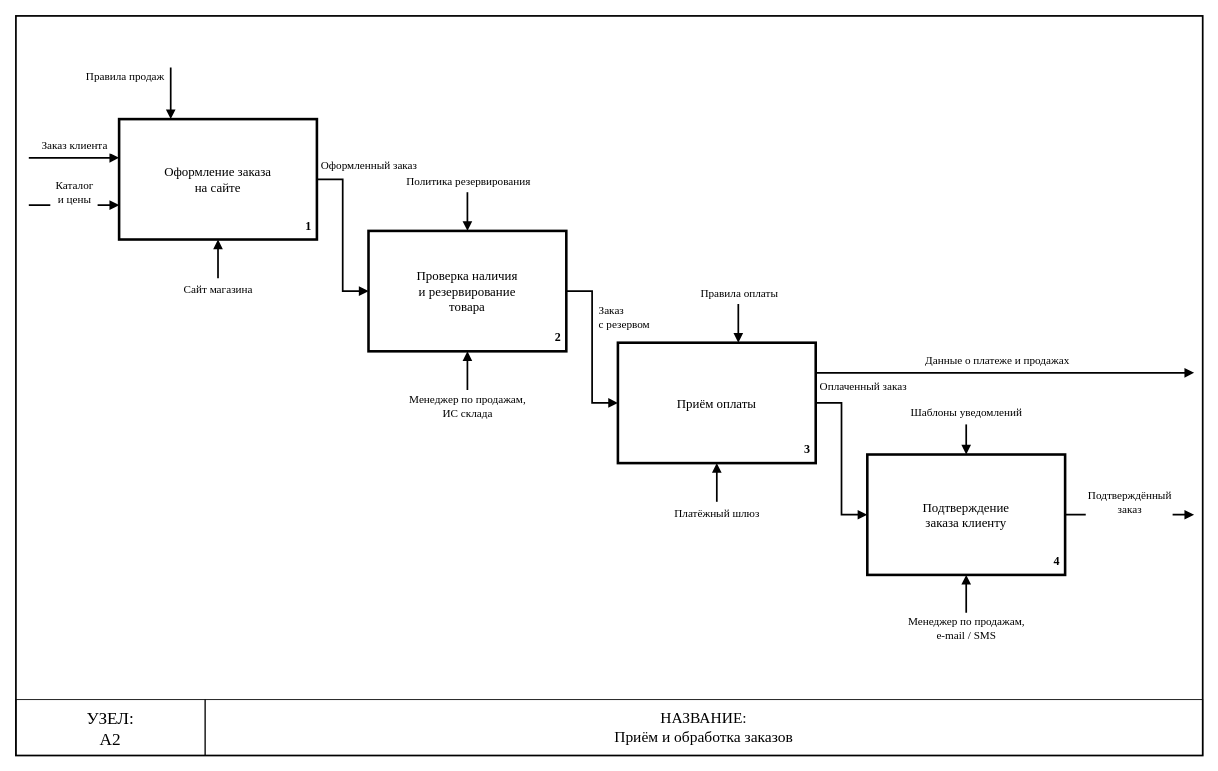
Earlier version of the draw.io diagram page "A2 Ввод и проверка кода" (3 of 5) of docs/mbp-lr1/ВСЕ_ДИАГРАММЫ.drawio (KsushaKhadzhinova/DSLKit-Project). Source tidied: cells renumbered, new cells numbered last; positions are measured from the earlier drawing's top-left corner, leaving out a move shared by most shapes. Both pictures are drawn from the tidied source at 86%, with x=0, y=0 at pixel (15, 15).
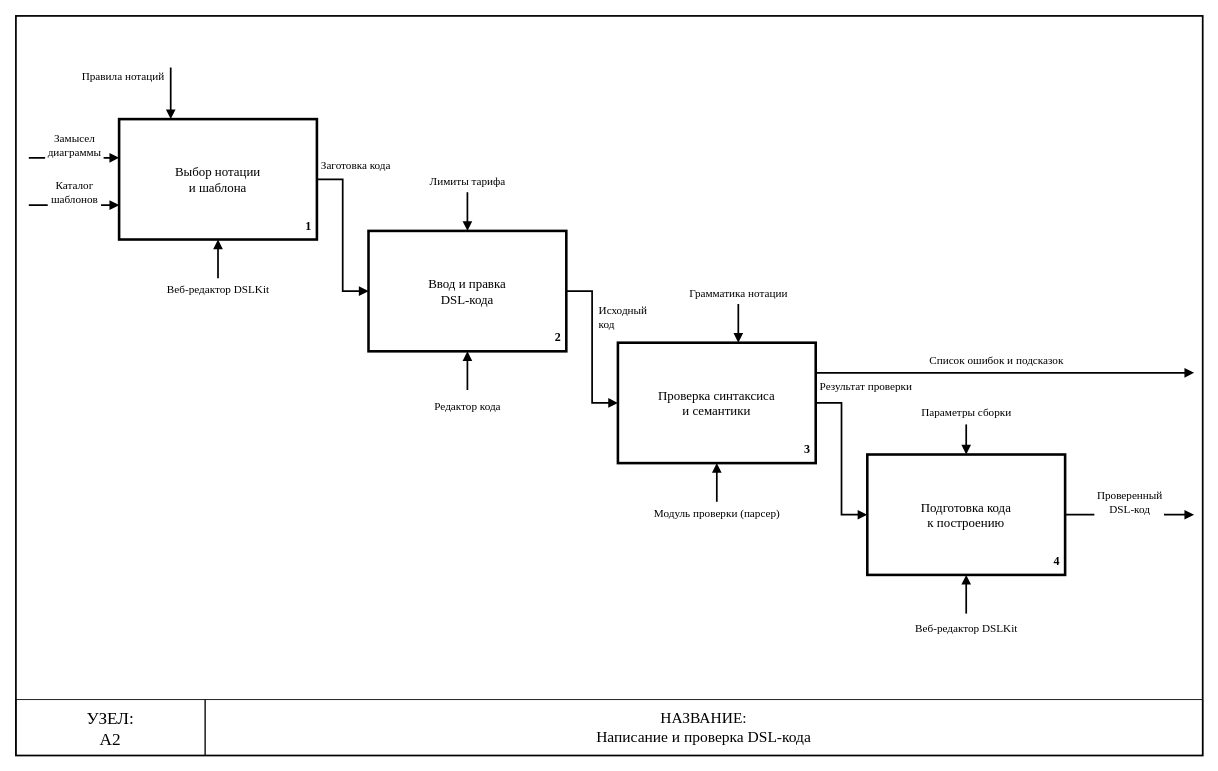
Above is the later version.

Diff of the diagram source:
```diff
@@
-    <mxCell id="4" value="НАЗВАНИЕ:&lt;br&gt;Приём и обработка заказов" style="rounded=0;whiteSpace=wrap;html=1;fontFamily=Times New Roman;fontSize=18;fillColor=none;align=center;verticalAlign=middle;" parent="1" vertex="1">
+    <mxCell id="4" value="НАЗВАНИЕ:&lt;br&gt;Написание и проверка DSL-кода" style="rounded=0;whiteSpace=wrap;html=1;fontFamily=Times New Roman;fontSize=18;fillColor=none;align=center;verticalAlign=middle;" parent="1" vertex="1">
       <mxGeometry x="220" y="795" width="1160" height="65" as="geometry" />
     </mxCell>
-    <mxCell id="5" value="Оформление заказа&lt;br&gt;на сайте" style="rounded=0;whiteSpace=wrap;html=1;fontFamily=Times New Roman;fontSize=15;fillColor=#FFFFFF;strokeWidth=3;align=center;verticalAlign=middle;" parent="1" vertex="1">
+    <mxCell id="5" value="Выбор нотации&lt;br&gt;и шаблона" style="rounded=0;whiteSpace=wrap;html=1;fontFamily=Times New Roman;fontSize=15;fillColor=#FFFFFF;strokeWidth=3;align=center;verticalAlign=middle;" parent="1" vertex="1">
       <mxGeometry x="120" y="120" width="230" height="140" as="geometry" />
     </mxCell>
-    <mxCell id="6" value="Проверка наличия&lt;br&gt;и резервирование&lt;br&gt;товара" style="rounded=0;whiteSpace=wrap;html=1;fontFamily=Times New Roman;fontSize=15;fillColor=#FFFFFF;strokeWidth=3;align=center;verticalAlign=middle;" parent="1" vertex="1">
+    <mxCell id="6" value="Ввод и правка&lt;br&gt;DSL-кода" style="rounded=0;whiteSpace=wrap;html=1;fontFamily=Times New Roman;fontSize=15;fillColor=#FFFFFF;strokeWidth=3;align=center;verticalAlign=middle;" parent="1" vertex="1">
       <mxGeometry x="410" y="250" width="230" height="140" as="geometry" />
     </mxCell>
-    <mxCell id="7" value="Приём оплаты" style="rounded=0;whiteSpace=wrap;html=1;fontFamily=Times New Roman;fontSize=15;fillColor=#FFFFFF;strokeWidth=3;align=center;verticalAlign=middle;" parent="1" vertex="1">
+    <mxCell id="7" value="Проверка синтаксиса&lt;br&gt;и семантики" style="rounded=0;whiteSpace=wrap;html=1;fontFamily=Times New Roman;fontSize=15;fillColor=#FFFFFF;strokeWidth=3;align=center;verticalAlign=middle;" parent="1" vertex="1">
       <mxGeometry x="700" y="380" width="230" height="140" as="geometry" />
     </mxCell>
-    <mxCell id="8" value="Подтверждение&lt;br&gt;заказа клиенту" style="rounded=0;whiteSpace=wrap;html=1;fontFamily=Times New Roman;fontSize=15;fillColor=#FFFFFF;strokeWidth=3;align=center;verticalAlign=middle;" parent="1" vertex="1">
+    <mxCell id="8" value="Подготовка кода&lt;br&gt;к построению" style="rounded=0;whiteSpace=wrap;html=1;fontFamily=Times New Roman;fontSize=15;fillColor=#FFFFFF;strokeWidth=3;align=center;verticalAlign=middle;" parent="1" vertex="1">
       <mxGeometry x="990" y="510" width="230" height="140" as="geometry" />
     </mxCell>
@@
-    <mxCell id="28" value="Заказ клиента" style="rounded=0;whiteSpace=wrap;html=1;fontFamily=Times New Roman;fontSize=13;text;fillColor=#FFFFFF;strokeColor=none;align=center;verticalAlign=middle;whiteSpace=nowrap;spacing=0;" parent="1" vertex="1">
-      <mxGeometry x="21" y="140" width="94" height="20" as="geometry" />
+    <mxCell id="28" value="Замысел&lt;br&gt;диаграммы" style="rounded=0;whiteSpace=wrap;html=1;fontFamily=Times New Roman;fontSize=13;text;fillColor=#FFFFFF;strokeColor=none;align=center;verticalAlign=middle;whiteSpace=nowrap;spacing=0;" parent="1" vertex="1">
+      <mxGeometry x="34" y="132" width="68" height="36" as="geometry" />
     </mxCell>
-    <mxCell id="29" value="Каталог&lt;br&gt;и цены" style="rounded=0;whiteSpace=wrap;html=1;fontFamily=Times New Roman;fontSize=13;text;fillColor=#FFFFFF;strokeColor=none;align=center;verticalAlign=middle;whiteSpace=nowrap;spacing=0;" parent="1" vertex="1">
-      <mxGeometry x="40" y="187" width="55" height="36" as="geometry" />
+    <mxCell id="29" value="Каталог&lt;br&gt;шаблонов" style="rounded=0;whiteSpace=wrap;html=1;fontFamily=Times New Roman;fontSize=13;text;fillColor=#FFFFFF;strokeColor=none;align=center;verticalAlign=middle;whiteSpace=nowrap;spacing=0;" parent="1" vertex="1">
+      <mxGeometry x="37" y="187" width="62" height="36" as="geometry" />
     </mxCell>
-    <mxCell id="30" value="Оформленный заказ" style="rounded=0;whiteSpace=wrap;html=1;fontFamily=Times New Roman;fontSize=13;text;fillColor=#FFFFFF;strokeColor=none;align=left;verticalAlign=middle;whiteSpace=nowrap;spacing=0;" parent="1" vertex="1">
-      <mxGeometry x="355" y="164" width="120" height="20" as="geometry" />
+    <mxCell id="30" value="Заготовка кода" style="rounded=0;whiteSpace=wrap;html=1;fontFamily=Times New Roman;fontSize=13;text;fillColor=#FFFFFF;strokeColor=none;align=left;verticalAlign=middle;whiteSpace=nowrap;spacing=0;" parent="1" vertex="1">
+      <mxGeometry x="355" y="164" width="101" height="20" as="geometry" />
     </mxCell>
-    <mxCell id="31" value="Заказ&lt;br&gt;с резервом" style="rounded=0;whiteSpace=wrap;html=1;fontFamily=Times New Roman;fontSize=13;text;fillColor=#FFFFFF;strokeColor=none;align=left;verticalAlign=middle;whiteSpace=nowrap;spacing=0;" parent="1" vertex="1">
-      <mxGeometry x="678" y="332" width="75" height="36" as="geometry" />
+    <mxCell id="31" value="Исходный&lt;br&gt;код" style="rounded=0;whiteSpace=wrap;html=1;fontFamily=Times New Roman;fontSize=13;text;fillColor=#FFFFFF;strokeColor=none;align=left;verticalAlign=middle;whiteSpace=nowrap;spacing=0;" parent="1" vertex="1">
+      <mxGeometry x="678" y="332" width="62" height="36" as="geometry" />
     </mxCell>
-    <mxCell id="32" value="Оплаченный заказ" style="rounded=0;whiteSpace=wrap;html=1;fontFamily=Times New Roman;fontSize=13;text;fillColor=#FFFFFF;strokeColor=none;align=left;verticalAlign=middle;whiteSpace=nowrap;spacing=0;" parent="1" vertex="1">
-      <mxGeometry x="935" y="421" width="114" height="20" as="geometry" />
+    <mxCell id="32" value="Результат проверки" style="rounded=0;whiteSpace=wrap;html=1;fontFamily=Times New Roman;fontSize=13;text;fillColor=#FFFFFF;strokeColor=none;align=left;verticalAlign=middle;whiteSpace=nowrap;spacing=0;" parent="1" vertex="1">
+      <mxGeometry x="935" y="421" width="127" height="20" as="geometry" />
     </mxCell>
-    <mxCell id="33" value="Данные о платеже и продажах" style="rounded=0;whiteSpace=wrap;html=1;fontFamily=Times New Roman;fontSize=13;text;fillColor=#FFFFFF;strokeColor=none;align=center;verticalAlign=middle;whiteSpace=nowrap;spacing=0;" parent="1" vertex="1">
-      <mxGeometry x="1048" y="390" width="185" height="20" as="geometry" />
+    <mxCell id="33" value="Список ошибок и подсказок" style="rounded=0;whiteSpace=wrap;html=1;fontFamily=Times New Roman;fontSize=13;text;fillColor=#FFFFFF;strokeColor=none;align=center;verticalAlign=middle;whiteSpace=nowrap;spacing=0;" parent="1" vertex="1">
+      <mxGeometry x="1054" y="390" width="172" height="20" as="geometry" />
     </mxCell>
-    <mxCell id="34" value="Подтверждённый&lt;br&gt;заказ" style="rounded=0;whiteSpace=wrap;html=1;fontFamily=Times New Roman;fontSize=13;text;fillColor=#FFFFFF;strokeColor=none;align=center;verticalAlign=middle;whiteSpace=nowrap;spacing=0;" parent="1" vertex="1">
-      <mxGeometry x="1244" y="547" width="101" height="36" as="geometry" />
+    <mxCell id="34" value="Проверенный&lt;br&gt;DSL-код" style="rounded=0;whiteSpace=wrap;html=1;fontFamily=Times New Roman;fontSize=13;text;fillColor=#FFFFFF;strokeColor=none;align=center;verticalAlign=middle;whiteSpace=nowrap;spacing=0;" parent="1" vertex="1">
+      <mxGeometry x="1254" y="547" width="81" height="36" as="geometry" />
     </mxCell>
-    <mxCell id="35" value="Правила продаж" style="rounded=0;whiteSpace=wrap;html=1;fontFamily=Times New Roman;fontSize=13;text;fillColor=#FFFFFF;strokeColor=none;align=right;verticalAlign=middle;whiteSpace=nowrap;spacing=0;" parent="1" vertex="1">
-      <mxGeometry x="71" y="60" width="101" height="20" as="geometry" />
+    <mxCell id="35" value="Правила нотаций" style="rounded=0;whiteSpace=wrap;html=1;fontFamily=Times New Roman;fontSize=13;text;fillColor=#FFFFFF;strokeColor=none;align=right;verticalAlign=middle;whiteSpace=nowrap;spacing=0;" parent="1" vertex="1">
+      <mxGeometry x="65" y="60" width="107" height="20" as="geometry" />
     </mxCell>
-    <mxCell id="36" value="Политика резервирования" style="rounded=0;whiteSpace=wrap;html=1;fontFamily=Times New Roman;fontSize=13;text;fillColor=#FFFFFF;strokeColor=none;align=center;verticalAlign=middle;whiteSpace=nowrap;spacing=0;" parent="1" vertex="1">
-      <mxGeometry x="446" y="182" width="159" height="20" as="geometry" />
+    <mxCell id="36" value="Лимиты тарифа" style="rounded=0;whiteSpace=wrap;html=1;fontFamily=Times New Roman;fontSize=13;text;fillColor=#FFFFFF;strokeColor=none;align=center;verticalAlign=middle;whiteSpace=nowrap;spacing=0;" parent="1" vertex="1">
+      <mxGeometry x="478" y="182" width="94" height="20" as="geometry" />
     </mxCell>
-    <mxCell id="37" value="Правила оплаты" style="rounded=0;whiteSpace=wrap;html=1;fontFamily=Times New Roman;fontSize=13;text;fillColor=#FFFFFF;strokeColor=none;align=center;verticalAlign=middle;whiteSpace=nowrap;spacing=0;" parent="1" vertex="1">
-      <mxGeometry x="790" y="312" width="101" height="20" as="geometry" />
+    <mxCell id="37" value="Грамматика нотации" style="rounded=0;whiteSpace=wrap;html=1;fontFamily=Times New Roman;fontSize=13;text;fillColor=#FFFFFF;strokeColor=none;align=center;verticalAlign=middle;whiteSpace=nowrap;spacing=0;" parent="1" vertex="1">
+      <mxGeometry x="776" y="312" width="127" height="20" as="geometry" />
     </mxCell>
-    <mxCell id="38" value="Шаблоны уведомлений" style="rounded=0;whiteSpace=wrap;html=1;fontFamily=Times New Roman;fontSize=13;text;fillColor=#FFFFFF;strokeColor=none;align=center;verticalAlign=middle;whiteSpace=nowrap;spacing=0;" parent="1" vertex="1">
-      <mxGeometry x="1038" y="451" width="133" height="20" as="geometry" />
+    <mxCell id="38" value="Параметры сборки" style="rounded=0;whiteSpace=wrap;html=1;fontFamily=Times New Roman;fontSize=13;text;fillColor=#FFFFFF;strokeColor=none;align=center;verticalAlign=middle;whiteSpace=nowrap;spacing=0;" parent="1" vertex="1">
+      <mxGeometry x="1048" y="451" width="114" height="20" as="geometry" />
     </mxCell>
-    <mxCell id="39" value="Сайт магазина" style="rounded=0;whiteSpace=wrap;html=1;fontFamily=Times New Roman;fontSize=13;text;fillColor=#FFFFFF;strokeColor=none;align=center;verticalAlign=middle;whiteSpace=nowrap;spacing=0;" parent="1" vertex="1">
-      <mxGeometry x="188" y="308" width="94" height="20" as="geometry" />
+    <mxCell id="39" value="Веб-редактор DSLKit" style="rounded=0;whiteSpace=wrap;html=1;fontFamily=Times New Roman;fontSize=13;text;fillColor=#FFFFFF;strokeColor=none;align=center;verticalAlign=middle;whiteSpace=nowrap;spacing=0;" parent="1" vertex="1">
+      <mxGeometry x="168" y="308" width="133" height="20" as="geometry" />
     </mxCell>
-    <mxCell id="40" value="Менеджер по продажам,&lt;br&gt;ИС склада" style="rounded=0;whiteSpace=wrap;html=1;fontFamily=Times New Roman;fontSize=13;text;fillColor=#FFFFFF;strokeColor=none;align=center;verticalAlign=middle;whiteSpace=nowrap;spacing=0;" parent="1" vertex="1">
-      <mxGeometry x="452" y="436" width="146" height="36" as="geometry" />
+    <mxCell id="40" value="Редактор кода" style="rounded=0;whiteSpace=wrap;html=1;fontFamily=Times New Roman;fontSize=13;text;fillColor=#FFFFFF;strokeColor=none;align=center;verticalAlign=middle;whiteSpace=nowrap;spacing=0;" parent="1" vertex="1">
+      <mxGeometry x="478" y="444" width="94" height="20" as="geometry" />
     </mxCell>
-    <mxCell id="41" value="Платёжный шлюз" style="rounded=0;whiteSpace=wrap;html=1;fontFamily=Times New Roman;fontSize=13;text;fillColor=#FFFFFF;strokeColor=none;align=center;verticalAlign=middle;whiteSpace=nowrap;spacing=0;" parent="1" vertex="1">
-      <mxGeometry x="764" y="568" width="101" height="20" as="geometry" />
+    <mxCell id="41" value="Модуль проверки (парсер)" style="rounded=0;whiteSpace=wrap;html=1;fontFamily=Times New Roman;fontSize=13;text;fillColor=#FFFFFF;strokeColor=none;align=center;verticalAlign=middle;whiteSpace=nowrap;spacing=0;" parent="1" vertex="1">
+      <mxGeometry x="732" y="568" width="166" height="20" as="geometry" />
     </mxCell>
-    <mxCell id="42" value="Менеджер по продажам,&lt;br&gt;e-mail / SMS" style="rounded=0;whiteSpace=wrap;html=1;fontFamily=Times New Roman;fontSize=13;text;fillColor=#FFFFFF;strokeColor=none;align=center;verticalAlign=middle;whiteSpace=nowrap;spacing=0;" parent="1" vertex="1">
-      <mxGeometry x="1032" y="694" width="146" height="36" as="geometry" />
+    <mxCell id="42" value="Веб-редактор DSLKit" style="rounded=0;whiteSpace=wrap;html=1;fontFamily=Times New Roman;fontSize=13;text;fillColor=#FFFFFF;strokeColor=none;align=center;verticalAlign=middle;whiteSpace=nowrap;spacing=0;" parent="1" vertex="1">
+      <mxGeometry x="1038" y="702" width="133" height="20" as="geometry" />
     </mxCell>
```
